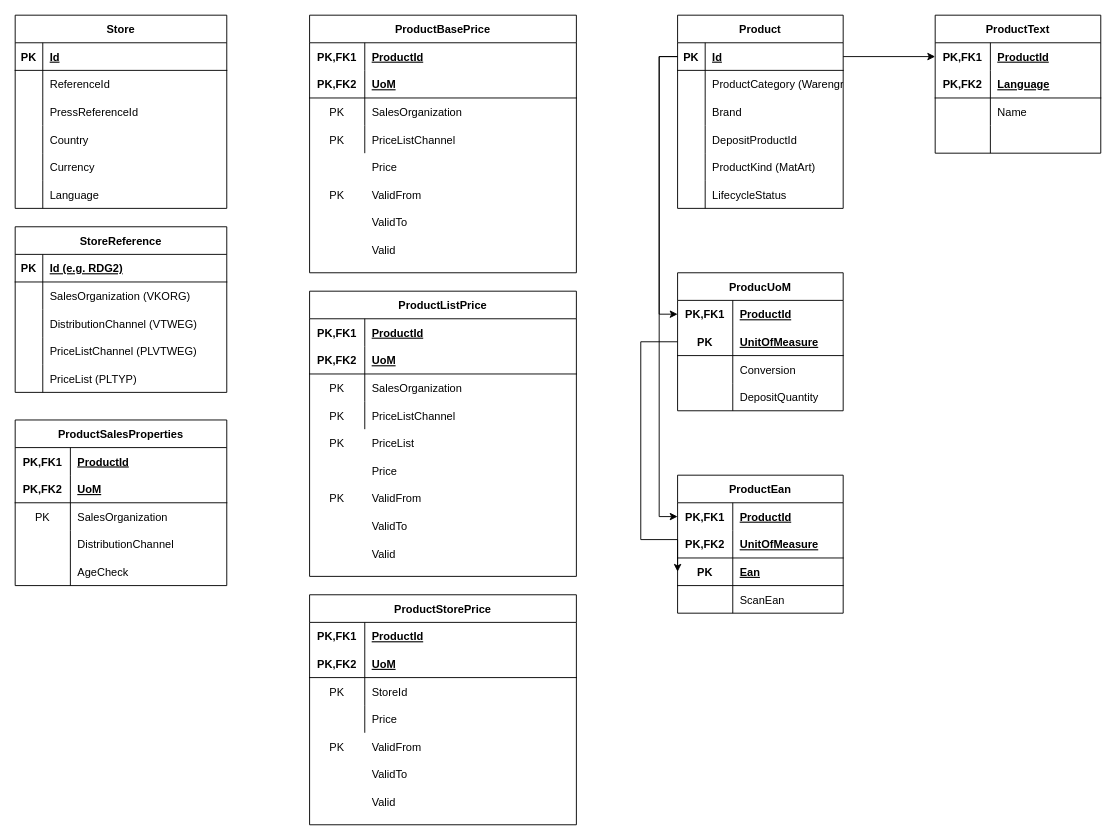
Before: Untitled Diagram.drawio in Ermaconomist/M2G-ERM, a draw.io diagram. Source tidied: cells renumbered, new cells numbered last; positions are measured from the earlier drawing's top-left corner, leaving out a move shared by most shapes. Both pictures are drawn from the tidied source at 92%, with x=0, y=0 at pixel (15, 15).
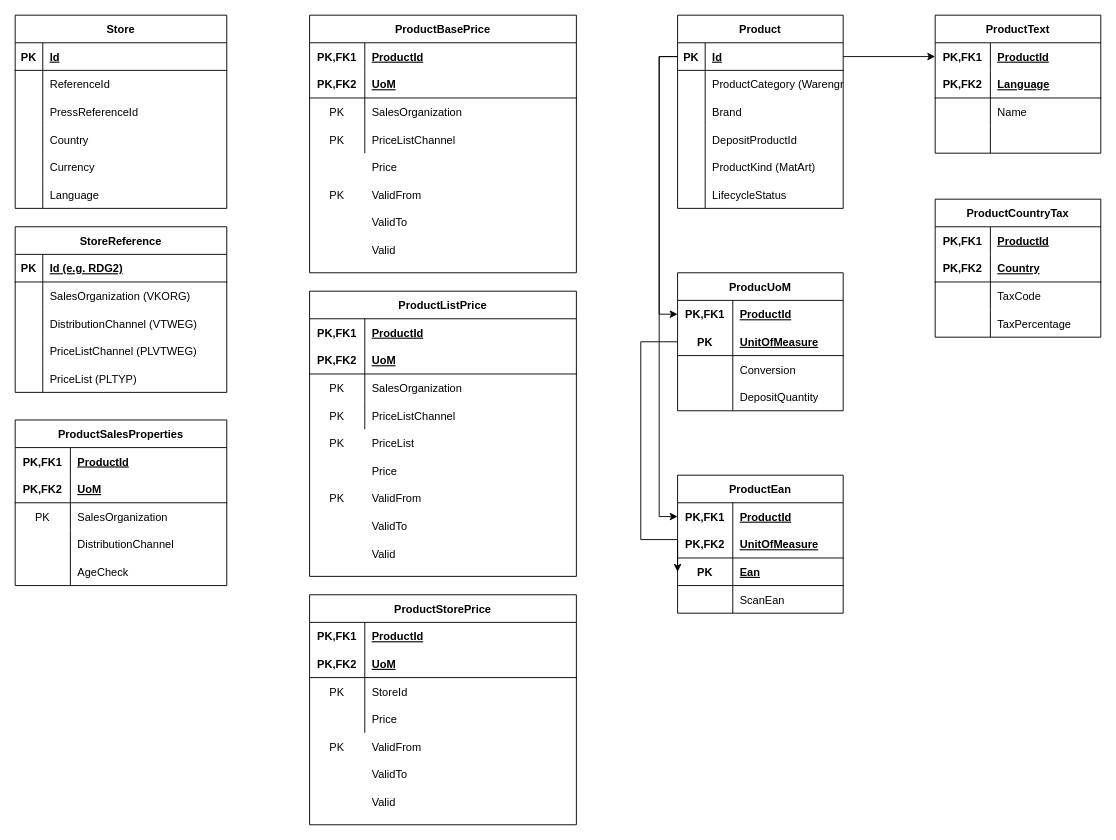
The same diagram, later.

Diff of the diagram source:
```diff
@@
+    <mxCell id="176" value="ProductCountryTax" style="shape=table;startSize=30;childLayout=tableLayout;rowLines=0;fontStyle=1;align=center;" parent="1" vertex="1">
+      <mxGeometry x="1000" y="200" width="180" height="150" as="geometry" />
+    </mxCell>
+    <mxCell id="177" style="shape=tableRow;horizontal=0;startSize=0;swimlaneHead=0;swimlaneBody=0;fillColor=none;top=0;left=0;right=0;bottom=0;" parent="176" vertex="1">
+      <mxGeometry y="30" width="180" height="30" as="geometry" />
+    </mxCell>
+    <mxCell id="178" value="PK,FK1" style="shape=partialRectangle;fillColor=none;top=0;left=0;bottom=0;right=0;fontStyle=1;overflow=hidden;" parent="177" vertex="1">
+      <mxGeometry width="60" height="30" as="geometry" />
+    </mxCell>
+    <mxCell id="179" value="ProductId" style="shape=partialRectangle;fillColor=none;top=0;left=0;bottom=0;right=0;align=left;spacingLeft=6;fontStyle=5;overflow=hidden;" parent="177" vertex="1">
+      <mxGeometry x="60" width="120" height="30" as="geometry" />
+    </mxCell>
+    <mxCell id="180" style="shape=tableRow;horizontal=0;startSize=0;swimlaneHead=0;swimlaneBody=0;fillColor=none;top=0;left=0;right=0;bottom=1;" parent="176" vertex="1">
+      <mxGeometry y="60" width="180" height="30" as="geometry" />
+    </mxCell>
+    <mxCell id="181" value="PK,FK2" style="shape=partialRectangle;fillColor=none;top=0;left=0;bottom=0;right=0;fontStyle=1;overflow=hidden;" parent="180" vertex="1">
+      <mxGeometry width="60" height="30" as="geometry" />
+    </mxCell>
+    <mxCell id="182" value="Country" style="shape=partialRectangle;fillColor=none;top=0;left=0;bottom=0;right=0;align=left;spacingLeft=6;fontStyle=5;overflow=hidden;" parent="180" vertex="1">
+      <mxGeometry x="60" width="120" height="30" as="geometry" />
+    </mxCell>
+    <mxCell id="183" style="shape=tableRow;horizontal=0;startSize=0;swimlaneHead=0;swimlaneBody=0;fillColor=none;top=0;left=0;right=0;bottom=0;" parent="176" vertex="1">
+      <mxGeometry y="90" width="180" height="30" as="geometry" />
+    </mxCell>
+    <mxCell id="184" style="shape=partialRectangle;fillColor=none;top=0;left=0;bottom=0;right=0;overflow=hidden;" parent="183" vertex="1">
+      <mxGeometry width="60" height="30" as="geometry" />
+    </mxCell>
+    <mxCell id="185" value="TaxCode" style="shape=partialRectangle;fillColor=none;top=0;left=0;bottom=0;right=0;align=left;spacingLeft=6;overflow=hidden;" parent="183" vertex="1">
+      <mxGeometry x="60" width="120" height="30" as="geometry" />
+    </mxCell>
+    <mxCell id="186" style="shape=tableRow;horizontal=0;startSize=0;swimlaneHead=0;swimlaneBody=0;fillColor=none;top=0;left=0;right=0;bottom=0;" parent="176" vertex="1">
+      <mxGeometry y="120" width="180" height="30" as="geometry" />
+    </mxCell>
+    <mxCell id="187" style="shape=partialRectangle;fillColor=none;top=0;left=0;bottom=0;right=0;overflow=hidden;" parent="186" vertex="1">
+      <mxGeometry width="60" height="30" as="geometry" />
+    </mxCell>
+    <mxCell id="188" value="TaxPercentage" style="shape=partialRectangle;fillColor=none;top=0;left=0;bottom=0;right=0;align=left;spacingLeft=6;overflow=hidden;" parent="186" vertex="1">
+      <mxGeometry x="60" width="120" height="30" as="geometry" />
+    </mxCell>
```
